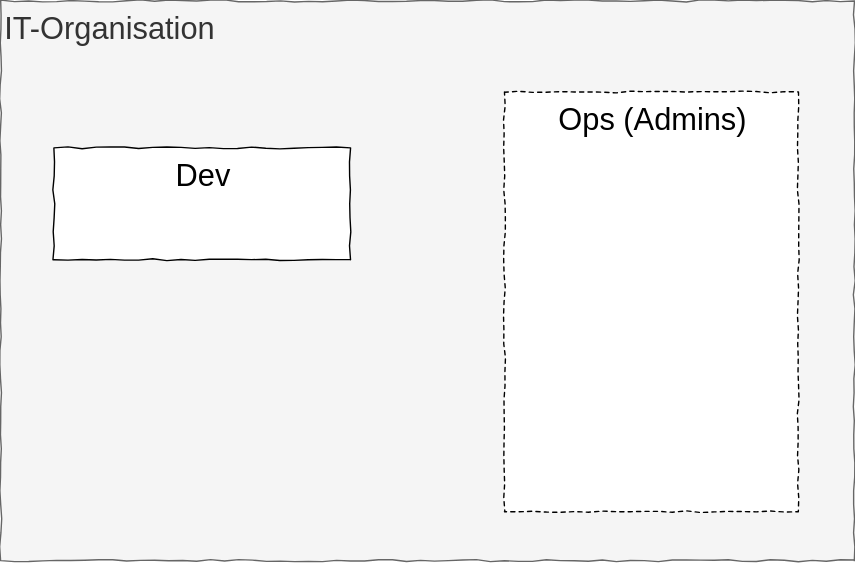
iteratec/techcamp-devops-slides keeps this draw.io diagram as img/diagram_01.svg. Above is the earlier version. Source tidied: cells renumbered, new cells last; positions are measured from the earlier drawing's top-left corner, leaving out a move shared by most shapes.
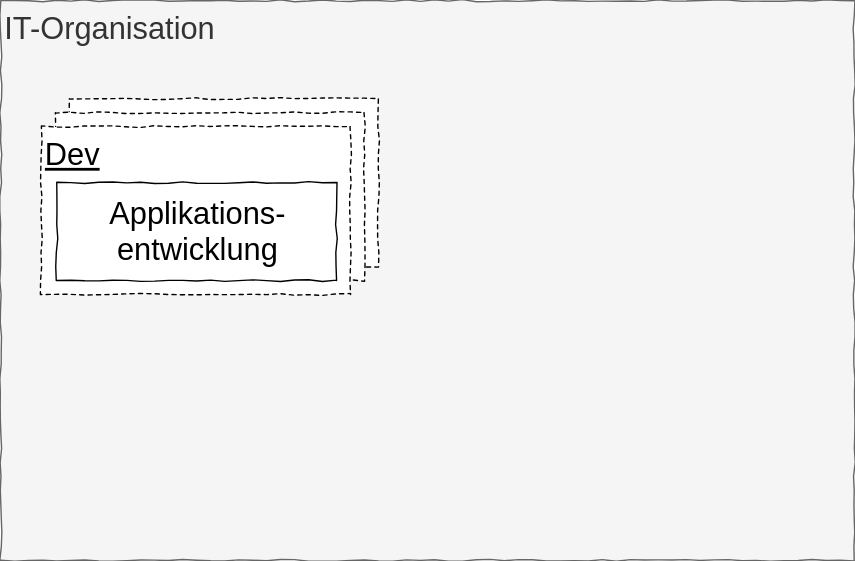
After the commit.

Diff of the diagram source:
```diff
@@ -5,11 +5,17 @@
     <mxCell id="2" value="IT-Organisation" style="rounded=0;whiteSpace=wrap;html=1;comic=1;fontSize=22;align=left;verticalAlign=top;fillColor=#f5f5f5;strokeColor=#666666;fontColor=#333333;" parent="1" vertex="1">
       <mxGeometry width="610" height="400" as="geometry" />
     </mxCell>
-    <mxCell id="3" value="Dev" style="rounded=0;whiteSpace=wrap;html=1;comic=1;fontSize=22;align=center;verticalAlign=top;" parent="1" vertex="1">
-      <mxGeometry x="38" y="105" width="212" height="80" as="geometry" />
+    <mxCell id="3" value="&lt;div&gt;&lt;br&gt;&lt;/div&gt;" style="rounded=0;whiteSpace=wrap;html=1;comic=1;fontSize=22;align=left;verticalAlign=top;dashed=1;" parent="1" vertex="1">
+      <mxGeometry x="49" y="70" width="221" height="120" as="geometry" />
     </mxCell>
-    <mxCell id="4" value="&lt;div style=&quot;font-size: 22px;&quot;&gt;Ops (Admins)&lt;br style=&quot;font-size: 22px;&quot;&gt;&lt;/div&gt;" style="rounded=0;whiteSpace=wrap;html=1;comic=1;fontSize=22;align=center;verticalAlign=top;dashed=1;" parent="1" vertex="1">
-      <mxGeometry x="360" y="65" width="210" height="300" as="geometry" />
+    <mxCell id="4" style="rounded=0;whiteSpace=wrap;html=1;comic=1;fontSize=22;align=left;verticalAlign=top;dashed=1;" parent="1" vertex="1">
+      <mxGeometry x="39" y="80" width="221" height="120" as="geometry" />
     </mxCell>
+    <mxCell id="5" value="Dev" style="rounded=0;whiteSpace=wrap;html=1;comic=1;fontSize=22;align=left;verticalAlign=top;dashed=1;fontStyle=4;" parent="1" vertex="1">
+      <mxGeometry x="29" y="90" width="221" height="120" as="geometry" />
+    </mxCell>
+    <mxCell id="6" value="&lt;div&gt;Applikations-&lt;/div&gt;&lt;div&gt;entwicklung&lt;/div&gt;" style="rounded=0;whiteSpace=wrap;html=1;comic=1;fontSize=22;align=center;verticalAlign=middle;" parent="1" vertex="1">
+      <mxGeometry x="40" y="130" width="200" height="70" as="geometry" />
+    </mxCell>
   </root>
 </mxGraphModel>
```
